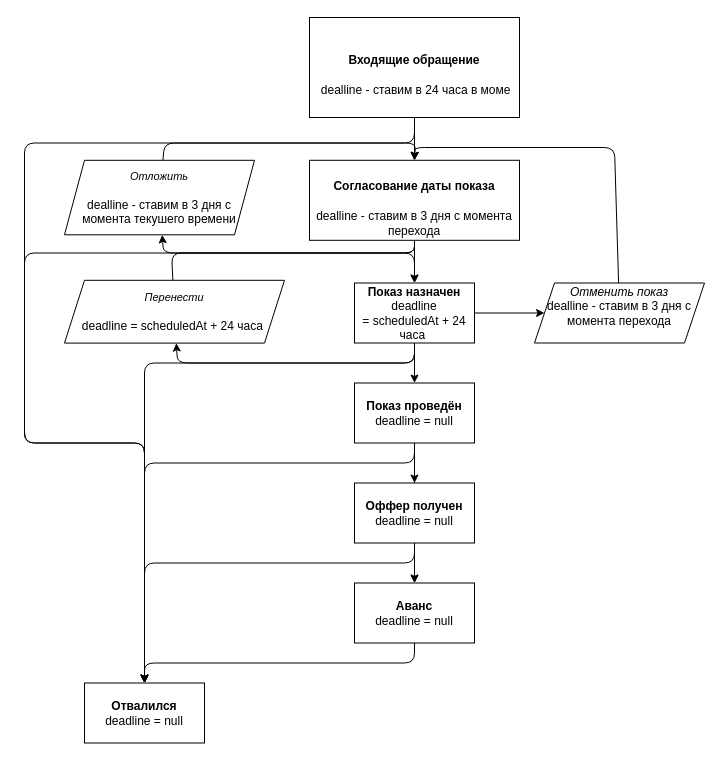
Above: buyers/Untitled Diagram.drawio in Legion112/homeapp-clients-diagrams (draw.io), before the change. Source tidied: cells renumbered, new cells numbered last; positions are measured from the earlier drawing's top-left corner, leaving out a move shared by most shapes. Both pictures are drawn from the tidied source at 100%, with x=0, y=0 at pixel (24, 17).
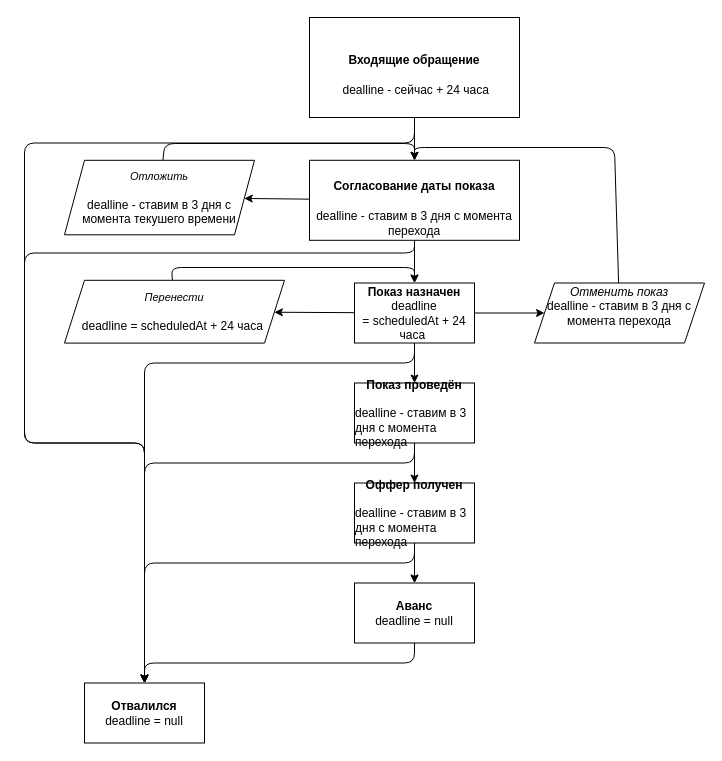
The same diagram, later.

Unchanged cells that the change refers to:
```xml
<mxCell id="5" value="&lt;b&gt;Показ назначен&lt;br&gt;&lt;/b&gt;&lt;span style=&quot;text-align: left&quot;&gt;deadline =&amp;nbsp;&lt;/span&gt;&lt;span style=&quot;text-align: left&quot;&gt;scheduledAt + 24 часа&amp;nbsp;&lt;/span&gt;&lt;b&gt;&lt;br&gt;&lt;/b&gt;" style="rounded=0;whiteSpace=wrap;html=1;" parent="1" vertex="1">
  <mxGeometry x="330" y="265.5" width="120" height="60" as="geometry" />
</mxCell>
<mxCell id="26" value="&lt;span style=&quot;font-size: 11px ; background-color: rgb(255 , 255 , 255)&quot;&gt;&lt;i&gt;Отложить&lt;/i&gt;&lt;br&gt;&lt;/span&gt;&lt;br style=&quot;text-align: left&quot;&gt;&lt;span style=&quot;text-align: left&quot;&gt;dealline&amp;nbsp;&lt;/span&gt;&lt;span style=&quot;text-align: left&quot;&gt;- ставим в 3 дня с момента текушего времени&lt;/span&gt;" style="shape=parallelogram;perimeter=parallelogramPerimeter;whiteSpace=wrap;html=1;fixedSize=1;" parent="1" vertex="1">
  <mxGeometry x="40" y="142.8" width="190" height="74.5" as="geometry" />
</mxCell>
<mxCell id="27" value="&lt;span style=&quot;font-size: 11px ; background-color: rgb(255 , 255 , 255)&quot;&gt;&lt;i&gt;Перенести&lt;/i&gt;&lt;/span&gt;&lt;span style=&quot;font-size: 11px ; background-color: rgb(255 , 255 , 255)&quot;&gt;&lt;br&gt;&lt;/span&gt;&lt;br style=&quot;text-align: left&quot;&gt;&lt;span style=&quot;text-align: left&quot;&gt;deadline =&amp;nbsp;&lt;/span&gt;&lt;span style=&quot;text-align: left&quot;&gt;scheduledAt + 24 часа&amp;nbsp;&lt;/span&gt;" style="shape=parallelogram;perimeter=parallelogramPerimeter;whiteSpace=wrap;html=1;fixedSize=1;" parent="1" vertex="1">
  <mxGeometry x="40" y="262.8" width="220" height="62.8" as="geometry" />
</mxCell>
```

Diff of the diagram source:
```diff
@@
-    <mxCell id="2" value="&lt;h4&gt;Входящие обращение&lt;/h4&gt;&amp;nbsp;dealline - ставим в 24 часа в моме" style="rounded=0;whiteSpace=wrap;html=1;" parent="1" vertex="1">
+    <mxCell id="2" value="&lt;h4&gt;Входящие обращение&lt;/h4&gt;&amp;nbsp;dealline - сейчас + 24 часа" style="rounded=0;whiteSpace=wrap;html=1;" parent="1" vertex="1">
       <mxGeometry x="285" width="210" height="100" as="geometry" />
     </mxCell>
-    <mxCell id="3" value="&lt;h4&gt;Согласование даты показа&lt;/h4&gt;&lt;span style=&quot;text-align: left&quot;&gt;dealline&amp;nbsp;- ставим в 3 дня с момента перехода&lt;/span&gt;" style="rounded=0;whiteSpace=wrap;html=1;" parent="1" vertex="1">
+    <mxCell id="3" value="&lt;h4&gt;Согласование даты показа&lt;/h4&gt;&lt;span style=&quot;text-align: left&quot;&gt;&lt;span id=&quot;HIGHLIGHT&quot; draggable=&quot;true&quot; class=&quot;hiclass&quot;&gt;dealline&amp;nbsp;- ставим в 3 дня с момента перехода&lt;/span&gt;&lt;/span&gt;" style="rounded=0;whiteSpace=wrap;html=1;" parent="1" vertex="1">
       <mxGeometry x="285" y="142.8" width="210" height="80" as="geometry" />
     </mxCell>
@@
-    <mxCell id="8" value="&lt;b&gt;Показ проведён&lt;/b&gt;&lt;br&gt;&lt;span style=&quot;text-align: left&quot;&gt;deadline&lt;/span&gt;&lt;span style=&quot;text-align: left&quot;&gt;&amp;nbsp;= null&lt;/span&gt;" style="rounded=0;whiteSpace=wrap;html=1;" parent="1" vertex="1">
+    <mxCell id="8" value="&lt;b&gt;Показ проведён&lt;/b&gt;&lt;br&gt;&lt;div style=&quot;text-align: left&quot;&gt;&lt;span&gt;&amp;nbsp;&lt;/span&gt;&lt;/div&gt;&lt;div style=&quot;text-align: left&quot;&gt;&lt;span&gt;dealline - ставим в 3 дня с момента перехода&lt;/span&gt;&lt;/div&gt;" style="rounded=0;whiteSpace=wrap;html=1;" parent="1" vertex="1">
       <mxGeometry x="330" y="365.5" width="120" height="60" as="geometry" />
     </mxCell>
@@
-    <mxCell id="10" value="&lt;b&gt;Оффер получен&lt;br&gt;&lt;/b&gt;&lt;span style=&quot;text-align: left&quot;&gt;deadline&lt;/span&gt;&lt;span style=&quot;text-align: left&quot;&gt;&amp;nbsp;= null&lt;/span&gt;&lt;b&gt;&lt;br&gt;&lt;/b&gt;" style="rounded=0;whiteSpace=wrap;html=1;" parent="1" vertex="1">
+    <mxCell id="10" value="&lt;b&gt;Оффер получен&lt;/b&gt;&lt;br&gt;&lt;div style=&quot;font-weight: bold ; text-align: left&quot;&gt;&lt;span style=&quot;font-weight: normal ; color: rgba(0 , 0 , 0 , 0) ; font-family: monospace ; font-size: 0px&quot;&gt;&lt;br&gt;&lt;/span&gt;&lt;/div&gt;&lt;div style=&quot;text-align: left&quot;&gt;&lt;span&gt;dealline - ставим в 3 дня с момента перехода&lt;/span&gt;&lt;/div&gt;&lt;div style=&quot;font-weight: bold ; text-align: left&quot;&gt;&lt;/div&gt;" style="rounded=0;whiteSpace=wrap;html=1;" parent="1" vertex="1">
       <mxGeometry x="330" y="465.5" width="120" height="60" as="geometry" />
     </mxCell>
@@
-    <mxCell id="16" value="&lt;p&gt;&lt;br&gt;&lt;/p&gt;" style="text;html=1;strokeColor=none;fillColor=none;spacing=5;spacingTop=-20;whiteSpace=wrap;overflow=hidden;rounded=0;" parent="1" vertex="1">
-      <mxGeometry x="490" y="171" width="190" height="49" as="geometry" />
-    </mxCell>
@@
     <mxCell id="22" style="endArrow=classic;html=1;" parent="1" edge="1" source="3" target="26">
-      <mxGeometry relative="1" as="geometry">
-        <Array as="points">
-          <mxPoint x="390" y="235.5" />
-          <mxPoint x="139" y="235.5" />
-        </Array>
-      </mxGeometry>
+      <mxGeometry relative="1" as="geometry" />
     </mxCell>
     <mxCell id="23" style="endArrow=classic;html=1;entryX=0.5;entryY=0;entryDx=0;entryDy=0;" parent="1" edge="1" source="26" target="3">
       <mxGeometry relative="1" as="geometry">
         <Array as="points">
-          <mxPoint x="140" y="125.5" />
-          <mxPoint x="391" y="125.5" />
+          <mxPoint x="140" y="126" />
+          <mxPoint x="390" y="126" />
         </Array>
       </mxGeometry>
     </mxCell>
-    <mxCell id="24" style="endArrow=classic;html=1;" parent="1" edge="1" target="27">
-      <mxGeometry relative="1" as="geometry">
-        <mxPoint x="390" y="328.5" as="sourcePoint" />
-        <Array as="points">
-          <mxPoint x="390" y="345.5" />
-          <mxPoint x="153" y="345.5" />
-        </Array>
-      </mxGeometry>
+    <mxCell id="24" style="endArrow=classic;html=1;" parent="1" edge="1" source="5" target="27">
+      <mxGeometry relative="1" as="geometry" />
     </mxCell>
     <mxCell id="25" style="endArrow=classic;html=1;" parent="1" edge="1" source="27">
       <mxGeometry relative="1" as="geometry">
         <mxPoint x="390" y="265.5" as="targetPoint" />
         <Array as="points">
-          <mxPoint x="147" y="235.5" />
-          <mxPoint x="390" y="235.5" />
+          <mxPoint x="147" y="250" />
+          <mxPoint x="390" y="250" />
         </Array>
       </mxGeometry>
     </mxCell>
```
